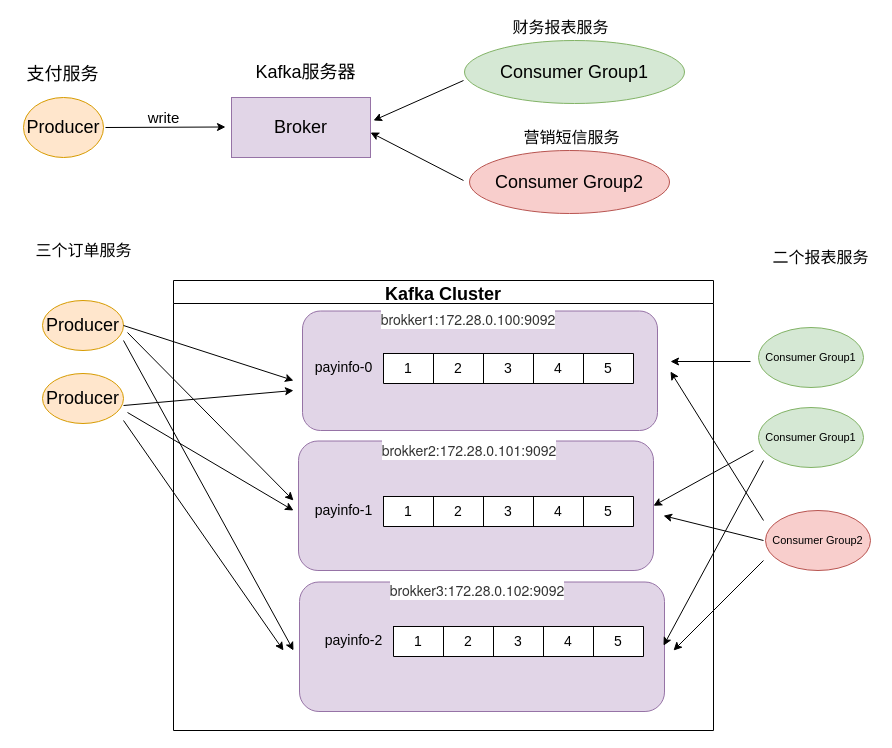
Before: kafka-all.drawio in ZhaoDaMing/note, a draw.io diagram. Source tidied: cells renumbered, new cells numbered last; positions are measured from the earlier drawing's top-left corner, leaving out a move shared by most shapes. Both pictures are drawn from the tidied source at 100%, with x=0, y=0 at pixel (17, 17).
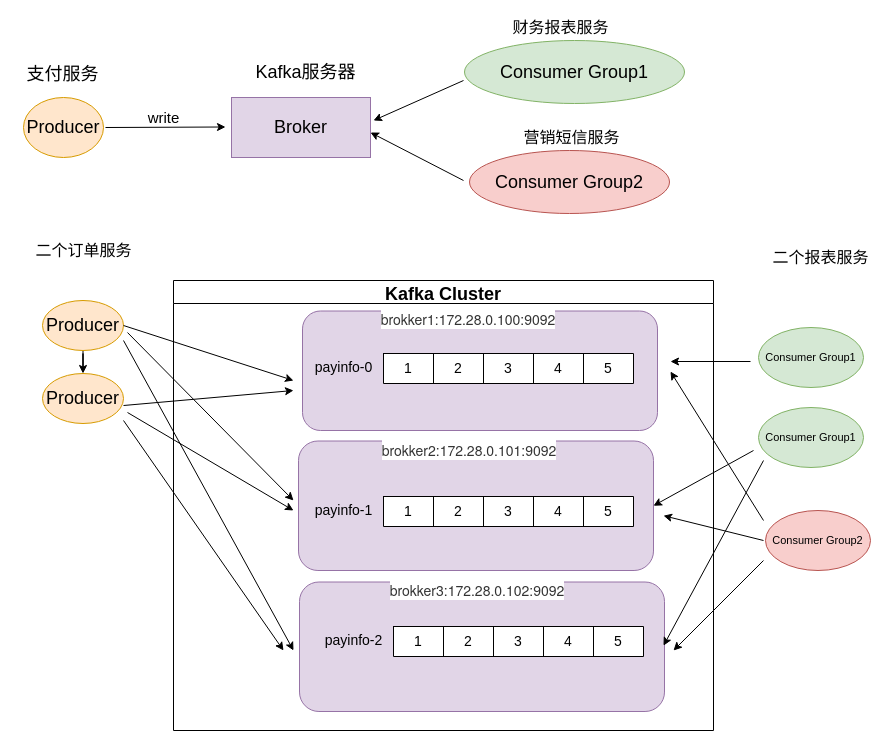
The same page after the edit.

The change refers to these unchanged cells:
```xml
<mxCell id="13" value="&lt;font style=&quot;font-size: 18px;&quot;&gt;Producer&lt;/font&gt;" style="ellipse;whiteSpace=wrap;html=1;fillColor=#ffe6cc;strokeColor=#d79b00;" parent="1" vertex="1">
  <mxGeometry x="25" y="283" width="81" height="50" as="geometry" />
</mxCell>
<mxCell id="14" value="&lt;font style=&quot;font-size: 18px;&quot;&gt;Producer&lt;/font&gt;" style="ellipse;whiteSpace=wrap;html=1;fillColor=#ffe6cc;strokeColor=#d79b00;" parent="1" vertex="1">
  <mxGeometry x="25" y="356" width="81" height="50" as="geometry" />
</mxCell>
```

Diff of the diagram source:
```diff
@@
+    <mxCell id="64" style="edgeStyle=orthogonalEdgeStyle;rounded=0;jettySize=auto;html=1;" parent="1" edge="1" source="13" target="14">
+      <mxGeometry relative="1" as="geometry" />
+    </mxCell>
@@
-    <mxCell id="16" value="三个订单服务" style="text;html=1;align=center;verticalAlign=middle;strokeColor=none;fillColor=none;fontSize=16;" parent="1" vertex="1">
+    <mxCell id="16" value="二个订单服务" style="text;html=1;align=center;verticalAlign=middle;strokeColor=none;fillColor=none;fontSize=16;" parent="1" vertex="1">
       <mxGeometry x="11" y="223" width="110" height="20" as="geometry" />
     </mxCell>
```
